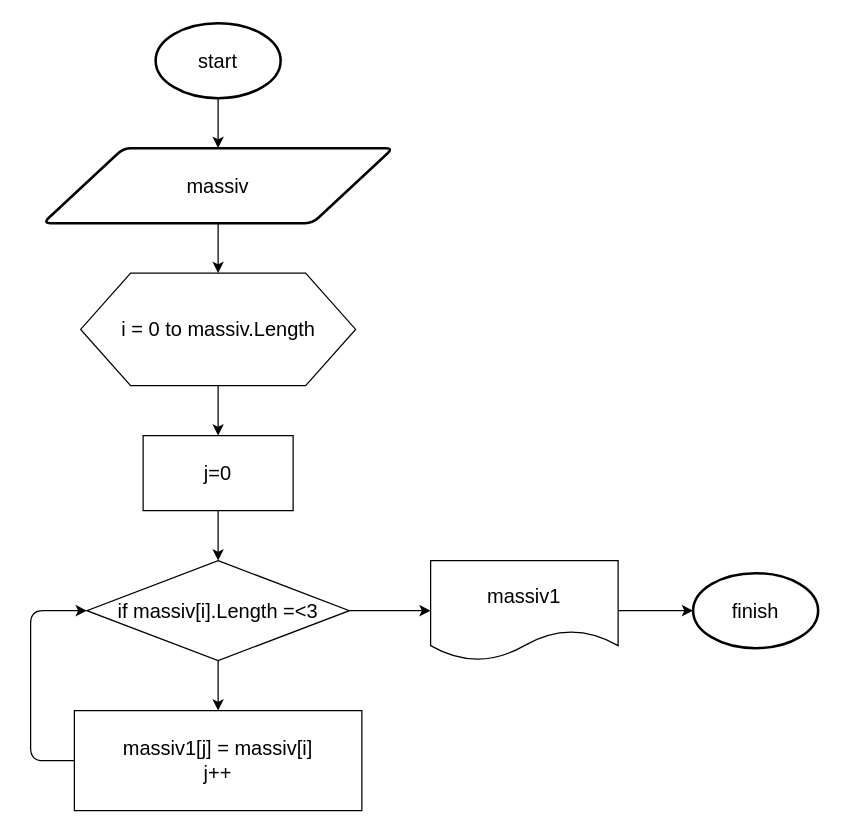
The draw.io diagram spec.drawio in bars-aka-kot/Specialty, before the edit. Source tidied: cells renumbered, new cells numbered last; positions are measured from the earlier drawing's top-left corner, leaving out a move shared by most shapes. Both pictures are drawn from the tidied source at 125%, with x=0, y=0 at pixel (30, 22).
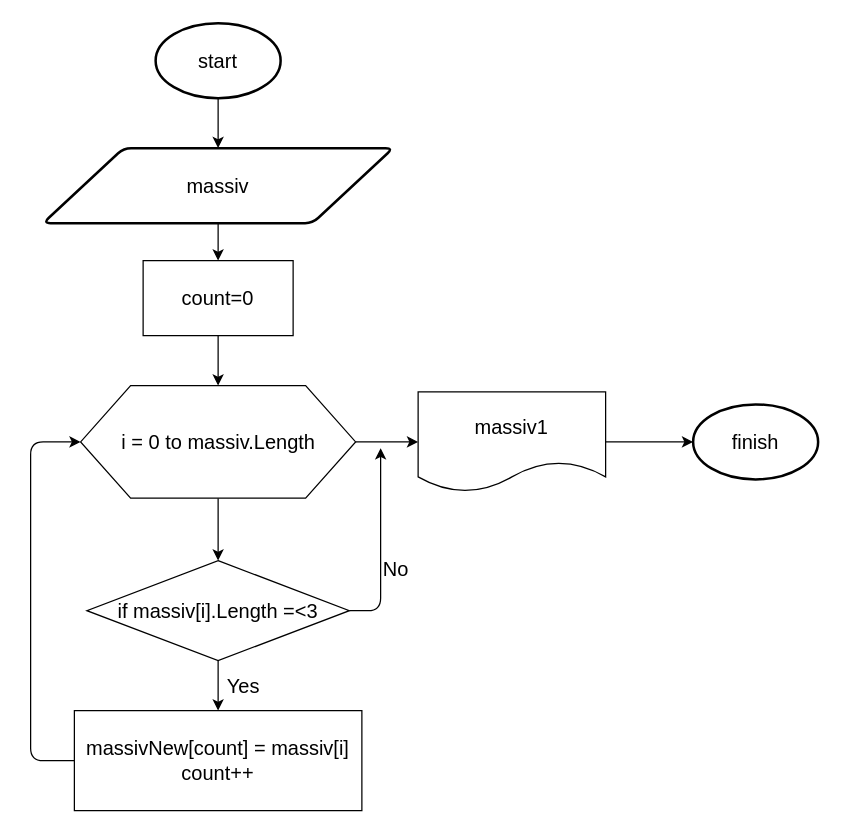
The same page after the edit.

The change refers to these unchanged cells:
```xml
<mxCell id="5" value="massiv" style="shape=parallelogram;html=1;strokeWidth=2;perimeter=parallelogramPerimeter;whiteSpace=wrap;rounded=1;arcSize=12;size=0.23;fontSize=16;" parent="1" vertex="1">
  <mxGeometry x="10" y="100" width="280" height="60" as="geometry" />
</mxCell>
<mxCell id="12" value="if massiv[i].Length =&amp;lt;3" style="rhombus;whiteSpace=wrap;html=1;fontSize=16;arcSize=6;" parent="1" vertex="1">
  <mxGeometry x="45" y="430" width="210" height="80" as="geometry" />
</mxCell>
```

What changed in the source:
```diff
@@
-    <mxCell id="4" style="edgeStyle=none;html=1;fontSize=16;" parent="1" edge="1" source="5" target="7">
-      <mxGeometry relative="1" as="geometry" />
-    </mxCell>
+    <mxCell id="18" style="edgeStyle=none;html=1;fontSize=16;" parent="1" edge="1" source="5" target="9">
+      <mxGeometry relative="1" as="geometry" />
+    </mxCell>
@@
-    <mxCell id="6" style="edgeStyle=none;html=1;fontSize=16;" parent="1" edge="1" source="7" target="9">
-      <mxGeometry relative="1" as="geometry" />
-    </mxCell>
+    <mxCell id="19" style="edgeStyle=none;html=1;fontSize=16;" parent="1" edge="1" source="7" target="12">
+      <mxGeometry relative="1" as="geometry" />
+    </mxCell>
+    <mxCell id="20" style="edgeStyle=none;html=1;fontSize=16;" parent="1" edge="1" source="7" target="16">
+      <mxGeometry relative="1" as="geometry" />
+    </mxCell>
     <mxCell id="7" value="i = 0 to massiv.Length" style="verticalLabelPosition=middle;verticalAlign=middle;html=1;shape=hexagon;perimeter=hexagonPerimeter2;arcSize=6;size=0.18181818181818182;fontSize=16;labelPosition=center;align=center;" parent="1" vertex="1">
-      <mxGeometry x="40" y="200" width="220" height="90" as="geometry" />
+      <mxGeometry x="40" y="290" width="220" height="90" as="geometry" />
     </mxCell>
-    <mxCell id="8" style="edgeStyle=none;html=1;fontSize=16;" parent="1" edge="1" source="9" target="12">
-      <mxGeometry relative="1" as="geometry" />
-    </mxCell>
+    <mxCell id="21" style="edgeStyle=none;html=1;fontSize=16;" parent="1" edge="1" source="9" target="7">
+      <mxGeometry relative="1" as="geometry" />
+    </mxCell>
-    <mxCell id="9" value="j=0" style="whiteSpace=wrap;html=1;fontSize=16;arcSize=6;" parent="1" vertex="1">
-      <mxGeometry x="90" y="330" width="120" height="60" as="geometry" />
+    <mxCell id="9" value="count=0" style="whiteSpace=wrap;html=1;fontSize=16;arcSize=6;" parent="1" vertex="1">
+      <mxGeometry x="90" y="190" width="120" height="60" as="geometry" />
     </mxCell>
-    <mxCell id="10" style="edgeStyle=none;html=1;fontSize=16;" parent="1" edge="1" source="12" target="14">
-      <mxGeometry relative="1" as="geometry" />
+    <mxCell id="10" value="Yes" style="edgeStyle=none;html=1;fontSize=16;" parent="1" edge="1" source="12" target="14">
+      <mxGeometry y="20" relative="1" as="geometry" />
     </mxCell>
-    <mxCell id="11" style="edgeStyle=none;html=1;fontSize=16;" parent="1" edge="1" source="12" target="16">
-      <mxGeometry relative="1" as="geometry" />
+    <mxCell id="11" style="edgeStyle=none;html=1;fontSize=16;exitX=1;exitY=0.5;exitDx=0;exitDy=0;" parent="1" edge="1" source="12">
+      <mxGeometry relative="1" as="geometry">
+        <mxPoint x="280" y="340" as="targetPoint" />
+        <Array as="points">
+          <mxPoint x="280" y="470" />
+        </Array>
+      </mxGeometry>
     </mxCell>
+    <mxCell id="22" value="&lt;font style=&quot;font-size: 16px;&quot;&gt;No&lt;/font&gt;" style="edgeLabel;html=1;align=center;verticalAlign=middle;" parent="11" vertex="1">
+      <mxGeometry x="-0.34" y="2" relative="1" as="geometry">
+        <mxPoint x="13" y="-8" as="offset" />
+      </mxGeometry>
+    </mxCell>
@@
-    <mxCell id="13" style="edgeStyle=none;html=1;exitX=0;exitY=0.5;exitDx=0;exitDy=0;entryX=0;entryY=0.5;entryDx=0;entryDy=0;fontSize=16;" parent="1" edge="1" source="14" target="12">
+    <mxCell id="13" style="edgeStyle=none;html=1;exitX=0;exitY=0.5;exitDx=0;exitDy=0;entryX=0;entryY=0.5;entryDx=0;entryDy=0;fontSize=16;" parent="1" edge="1" source="14" target="7">
       <mxGeometry relative="1" as="geometry">
         <Array as="points">
           <mxPoint y="590" />
-          <mxPoint y="470" />
+          <mxPoint y="335" />
         </Array>
       </mxGeometry>
     </mxCell>
-    <mxCell id="14" value="massiv1[j] = massiv[i]&lt;br&gt;j++" style="whiteSpace=wrap;html=1;fontSize=16;arcSize=6;" parent="1" vertex="1">
+    <mxCell id="14" value="massivNew[count] = massiv[i]&lt;br&gt;count++" style="whiteSpace=wrap;html=1;fontSize=16;arcSize=6;" parent="1" vertex="1">
       <mxGeometry x="35" y="550" width="230" height="80" as="geometry" />
     </mxCell>
@@
     <mxCell id="16" value="massiv1" style="shape=document;whiteSpace=wrap;html=1;boundedLbl=1;fontSize=16;arcSize=6;" parent="1" vertex="1">
-      <mxGeometry x="320" y="430" width="150" height="80" as="geometry" />
+      <mxGeometry x="310" y="295" width="150" height="80" as="geometry" />
     </mxCell>
     <mxCell id="17" value="finish" style="strokeWidth=2;html=1;shape=mxgraph.flowchart.start_1;whiteSpace=wrap;fontSize=16;" parent="1" vertex="1">
-      <mxGeometry x="530" y="440" width="100" height="60" as="geometry" />
+      <mxGeometry x="530" y="305" width="100" height="60" as="geometry" />
     </mxCell>
```
